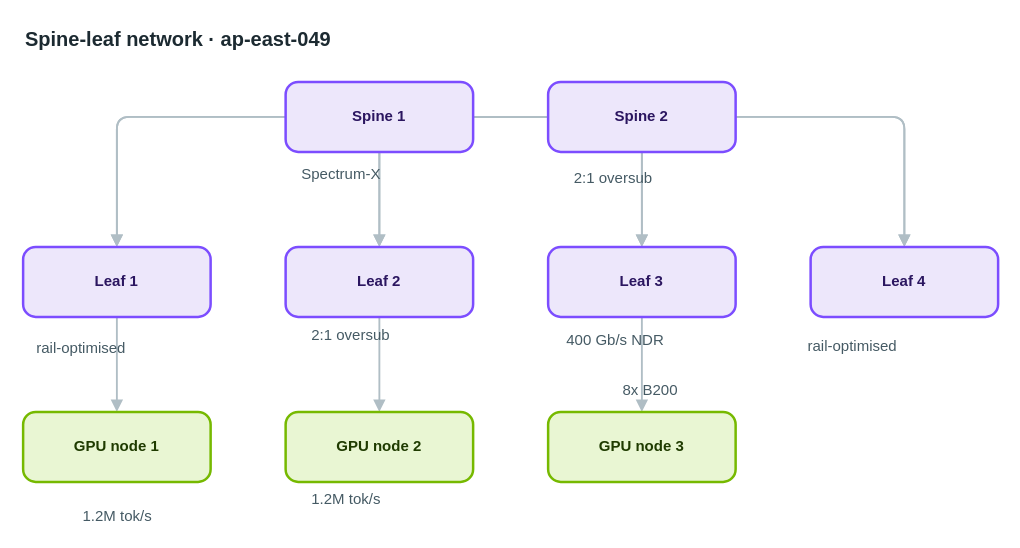
Earlier version of the draw.io diagram apps/web/public/samples/library/049-spine-leaf-network.drawio (AryanG01/open-apprentice). Source tidied: cells renumbered, new cells numbered last; positions are measured from the earlier drawing's top-left corner, leaving out a move shared by most shapes. Both pictures are drawn from the tidied source at 125%, with x=0, y=0 at pixel (22, 21).
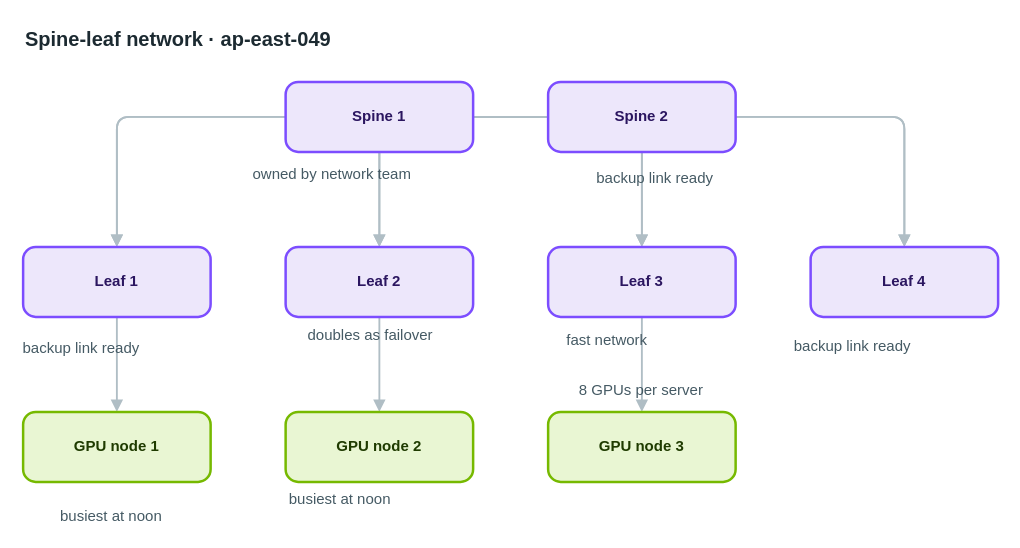
The same diagram, later.

The edit, as a diff of the source:
```diff
@@
-    <mxCell id="23" value="Spectrum-X" style="text;html=1;align=left;verticalAlign=top;whiteSpace=nowrap;spacing=0;spacingTop=0;strokeColor=none;fillColor=none;fontSize=12;fontColor=#455a64;" parent="1" vertex="1">
-      <mxGeometry x="223" y="110" width="82" height="20" as="geometry" />
+    <mxCell id="23" value="owned by network team" style="text;html=1;align=left;verticalAlign=top;whiteSpace=nowrap;spacing=0;spacingTop=0;strokeColor=none;fillColor=none;fontSize=12;fontColor=#455a64;" parent="1" vertex="1">
+      <mxGeometry x="184" y="110" width="159" height="20" as="geometry" />
     </mxCell>
-    <mxCell id="24" value="2:1 oversub" style="text;html=1;align=left;verticalAlign=top;whiteSpace=nowrap;spacing=0;spacingTop=0;strokeColor=none;fillColor=none;fontSize=12;fontColor=#455a64;" parent="1" vertex="1">
-      <mxGeometry x="441" y="113" width="89" height="20" as="geometry" />
+    <mxCell id="24" value="backup link ready" style="text;html=1;align=left;verticalAlign=top;whiteSpace=nowrap;spacing=0;spacingTop=0;strokeColor=none;fillColor=none;fontSize=12;fontColor=#455a64;" parent="1" vertex="1">
+      <mxGeometry x="459" y="113" width="131" height="20" as="geometry" />
     </mxCell>
-    <mxCell id="25" value="rail-optimised" style="text;html=1;align=left;verticalAlign=top;whiteSpace=nowrap;spacing=0;spacingTop=0;strokeColor=none;fillColor=none;fontSize=12;fontColor=#455a64;" parent="1" vertex="1">
-      <mxGeometry x="11" y="249" width="110" height="20" as="geometry" />
+    <mxCell id="25" value="backup link ready" style="text;html=1;align=left;verticalAlign=top;whiteSpace=nowrap;spacing=0;spacingTop=0;strokeColor=none;fillColor=none;fontSize=12;fontColor=#455a64;" parent="1" vertex="1">
+      <mxGeometry y="249" width="131" height="20" as="geometry" />
     </mxCell>
-    <mxCell id="26" value="2:1 oversub" style="text;html=1;align=left;verticalAlign=top;whiteSpace=nowrap;spacing=0;spacingTop=0;strokeColor=none;fillColor=none;fontSize=12;fontColor=#455a64;" parent="1" vertex="1">
-      <mxGeometry x="231" y="239" width="89" height="20" as="geometry" />
+    <mxCell id="26" value="doubles as failover" style="text;html=1;align=left;verticalAlign=top;whiteSpace=nowrap;spacing=0;spacingTop=0;strokeColor=none;fillColor=none;fontSize=12;fontColor=#455a64;" parent="1" vertex="1">
+      <mxGeometry x="228" y="239" width="145" height="20" as="geometry" />
     </mxCell>
-    <mxCell id="27" value="400 Gb/s NDR" style="text;html=1;align=left;verticalAlign=top;whiteSpace=nowrap;spacing=0;spacingTop=0;strokeColor=none;fillColor=none;fontSize=12;fontColor=#455a64;" parent="1" vertex="1">
+    <mxCell id="27" value="fast network" style="text;html=1;align=left;verticalAlign=top;whiteSpace=nowrap;spacing=0;spacingTop=0;strokeColor=none;fillColor=none;fontSize=12;fontColor=#455a64;" parent="1" vertex="1">
       <mxGeometry x="435" y="243" width="96" height="20" as="geometry" />
     </mxCell>
-    <mxCell id="28" value="rail-optimised" style="text;html=1;align=left;verticalAlign=top;whiteSpace=nowrap;spacing=0;spacingTop=0;strokeColor=none;fillColor=none;fontSize=12;fontColor=#455a64;" parent="1" vertex="1">
-      <mxGeometry x="628" y="248" width="110" height="20" as="geometry" />
+    <mxCell id="28" value="backup link ready" style="text;html=1;align=left;verticalAlign=top;whiteSpace=nowrap;spacing=0;spacingTop=0;strokeColor=none;fillColor=none;fontSize=12;fontColor=#455a64;" parent="1" vertex="1">
+      <mxGeometry x="617" y="248" width="131" height="20" as="geometry" />
     </mxCell>
-    <mxCell id="29" value="1.2M tok/s" style="text;html=1;align=left;verticalAlign=top;whiteSpace=nowrap;spacing=0;spacingTop=0;strokeColor=none;fillColor=none;fontSize=12;fontColor=#455a64;" parent="1" vertex="1">
-      <mxGeometry x="48" y="384" width="82" height="20" as="geometry" />
+    <mxCell id="29" value="busiest at noon" style="text;html=1;align=left;verticalAlign=top;whiteSpace=nowrap;spacing=0;spacingTop=0;strokeColor=none;fillColor=none;fontSize=12;fontColor=#455a64;" parent="1" vertex="1">
+      <mxGeometry x="30" y="384" width="117" height="20" as="geometry" />
     </mxCell>
-    <mxCell id="30" value="1.2M tok/s" style="text;html=1;align=left;verticalAlign=top;whiteSpace=nowrap;spacing=0;spacingTop=0;strokeColor=none;fillColor=none;fontSize=12;fontColor=#455a64;" parent="1" vertex="1">
-      <mxGeometry x="231" y="370" width="82" height="20" as="geometry" />
+    <mxCell id="30" value="busiest at noon" style="text;html=1;align=left;verticalAlign=top;whiteSpace=nowrap;spacing=0;spacingTop=0;strokeColor=none;fillColor=none;fontSize=12;fontColor=#455a64;" parent="1" vertex="1">
+      <mxGeometry x="213" y="370" width="117" height="20" as="geometry" />
     </mxCell>
-    <mxCell id="31" value="8x B200" style="text;html=1;align=left;verticalAlign=top;whiteSpace=nowrap;spacing=0;spacingTop=0;strokeColor=none;fillColor=none;fontSize=12;fontColor=#455a64;" parent="1" vertex="1">
-      <mxGeometry x="480" y="283" width="61" height="20" as="geometry" />
+    <mxCell id="31" value="8 GPUs per server" style="text;html=1;align=left;verticalAlign=top;whiteSpace=nowrap;spacing=0;spacingTop=0;strokeColor=none;fillColor=none;fontSize=12;fontColor=#455a64;" parent="1" vertex="1">
+      <mxGeometry x="445" y="283" width="131" height="20" as="geometry" />
     </mxCell>
```
